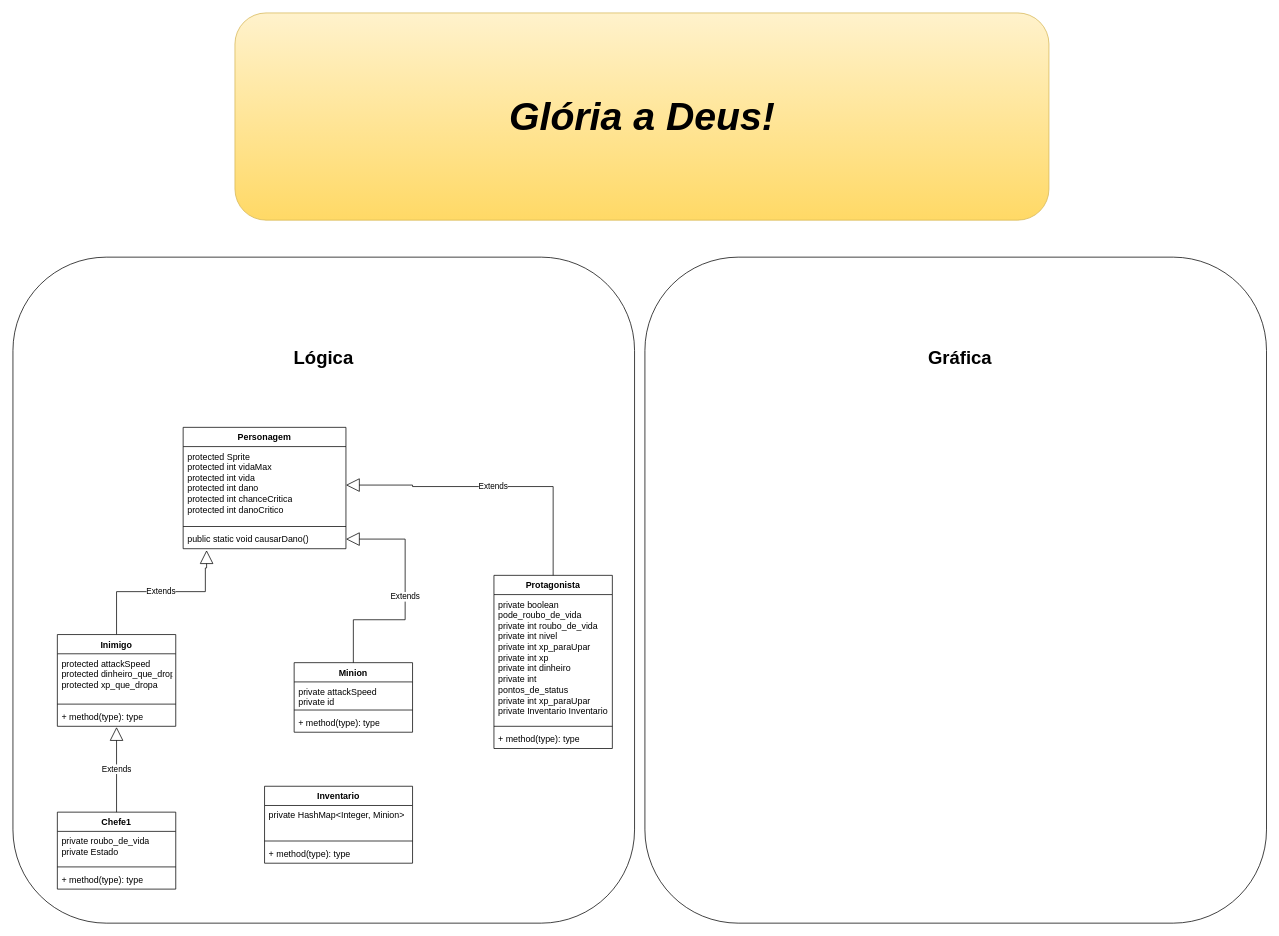
This is Diagrama de classes.drawio from DEV-0ne-Jao/Clicker, a draw.io file, before an edit. Source tidied: cells renumbered, new cells numbered last; positions are measured from the earlier drawing's top-left corner, leaving out a move shared by most shapes. Both pictures are drawn from the tidied source at 74%, with x=0, y=0 at pixel (13, 13).
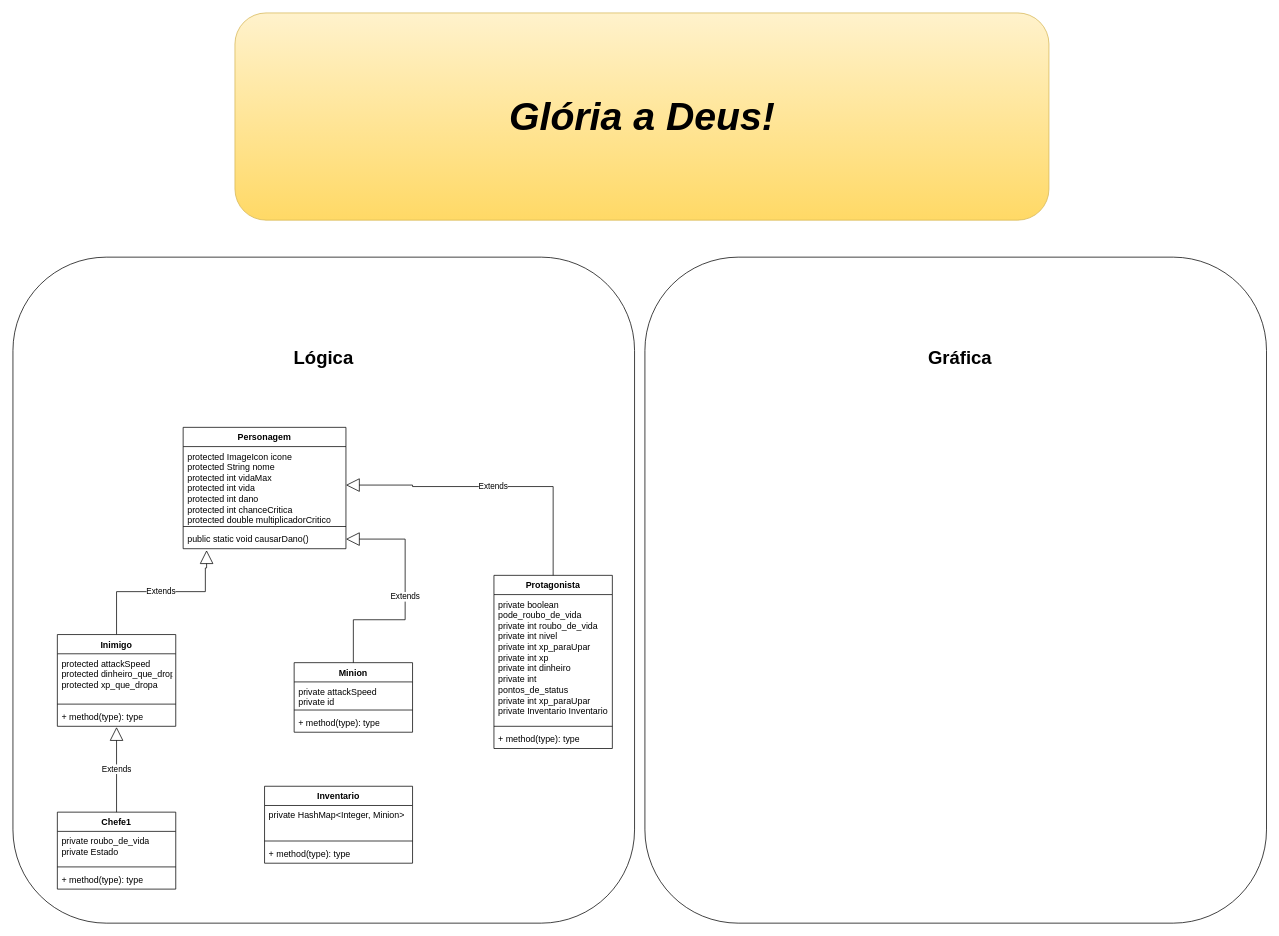
Above is the later version.

Unchanged cells that the change refers to:
```xml
<mxCell id="5" value="Personagem" style="swimlane;fontStyle=1;align=center;verticalAlign=top;horizontal=1;startSize=26;whiteSpace=wrap;html=1;" parent="1" vertex="1">
  <mxGeometry x="230" y="560" width="220" height="164" as="geometry" />
</mxCell>
```

Change to the diagram source:
```diff
@@
-    <mxCell id="6" value="&lt;div&gt;protected Sprite&lt;/div&gt;&lt;div&gt;protected int vidaMax&lt;/div&gt;&lt;div&gt;protected int vida&lt;/div&gt;&lt;div&gt;protected int dano&lt;/div&gt;&lt;div&gt;protected int chanceCritica&lt;/div&gt;&lt;div&gt;protected int danoCritico&lt;/div&gt;&lt;div&gt;&lt;br&gt;&lt;/div&gt;" style="text;strokeColor=none;fillColor=none;align=left;verticalAlign=top;spacingLeft=4;spacingRight=4;overflow=hidden;points=[[0,0.5],[1,0.5]];portConstraint=eastwest;whiteSpace=wrap;html=1;" parent="5" vertex="1">
+    <mxCell id="6" value="&lt;div&gt;protected ImageIcon icone&lt;/div&gt;&lt;div&gt;protected String nome&lt;/div&gt;&lt;div&gt;protected int vidaMax&lt;/div&gt;&lt;div&gt;protected int vida&lt;/div&gt;&lt;div&gt;protected int dano&lt;/div&gt;&lt;div&gt;protected int chanceCritica&lt;/div&gt;&lt;div&gt;protected double multiplicadorCritico&lt;/div&gt;&lt;div&gt;&lt;br&gt;&lt;/div&gt;" style="text;strokeColor=none;fillColor=none;align=left;verticalAlign=top;spacingLeft=4;spacingRight=4;overflow=hidden;points=[[0,0.5],[1,0.5]];portConstraint=eastwest;whiteSpace=wrap;html=1;" parent="5" vertex="1">
       <mxGeometry y="26" width="220" height="104" as="geometry" />
     </mxCell>
```
